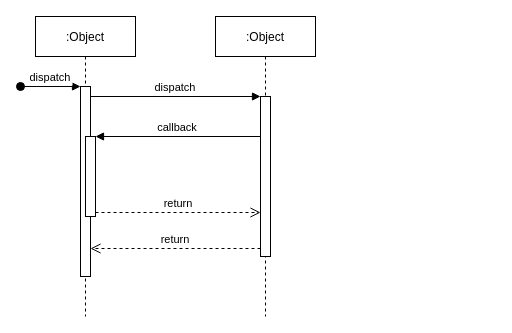
Before: Untitled Diagram.drawio in LuanMinhNguyen/nhom2thuctapchuyennganh, a draw.io diagram. Source tidied: cells renumbered, new cells numbered last; positions are measured from the earlier drawing's top-left corner, leaving out a move shared by most shapes. Both pictures are drawn from the tidied source at 100%, with x=0, y=0 at pixel (20, 16).
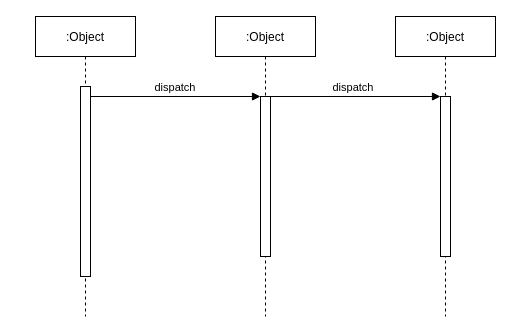
After the change.

The edit, as a diff of the source:
```diff
@@
 <mxGraphModel>
   <root>
     <mxCell id="0" />
     <mxCell id="1" parent="0" />
     <mxCell id="2" value=":Object" style="shape=umlLifeline;perimeter=lifelinePerimeter;rounded=0;shadow=0;strokeWidth=1;" parent="1" vertex="1">
       <mxGeometry x="15" width="100" height="300" as="geometry" />
     </mxCell>
     <mxCell id="3" style="points=[];perimeter=orthogonalPerimeter;rounded=0;shadow=0;strokeWidth=1;" parent="2" vertex="1">
       <mxGeometry x="45" y="70" width="10" height="190" as="geometry" />
     </mxCell>
-    <mxCell id="4" value="dispatch" style="verticalAlign=bottom;startArrow=oval;endArrow=block;startSize=8;shadow=0;strokeWidth=1;" parent="2" edge="1" target="3">
-      <mxGeometry relative="1" as="geometry">
-        <mxPoint x="-15" y="70" as="sourcePoint" />
-      </mxGeometry>
-    </mxCell>
-    <mxCell id="5" style="points=[];perimeter=orthogonalPerimeter;rounded=0;shadow=0;strokeWidth=1;" parent="2" vertex="1">
-      <mxGeometry x="50" y="120" width="10" height="80" as="geometry" />
-    </mxCell>
     <mxCell id="6" value=":Object" style="shape=umlLifeline;perimeter=lifelinePerimeter;rounded=0;shadow=0;strokeWidth=1;" parent="1" vertex="1">
       <mxGeometry x="195" width="100" height="300" as="geometry" />
     </mxCell>
     <mxCell id="7" style="points=[];perimeter=orthogonalPerimeter;rounded=0;shadow=0;strokeWidth=1;" parent="6" vertex="1">
       <mxGeometry x="45" y="80" width="10" height="160" as="geometry" />
     </mxCell>
-    <mxCell id="8" value="return" style="verticalAlign=bottom;endArrow=open;dashed=1;endSize=8;exitX=0;exitY=0.95;shadow=0;strokeWidth=1;" parent="1" edge="1" source="7" target="3">
-      <mxGeometry relative="1" as="geometry" />
-    </mxCell>
     <mxCell id="9" value="dispatch" style="verticalAlign=bottom;endArrow=block;entryX=0;entryY=0;shadow=0;strokeWidth=1;" parent="1" edge="1" source="3" target="7">
       <mxGeometry relative="1" as="geometry" />
     </mxCell>
-    <mxCell id="10" value="callback" style="verticalAlign=bottom;endArrow=block;entryX=1;entryY=0;shadow=0;strokeWidth=1;" parent="1" edge="1" source="7" target="5">
-      <mxGeometry relative="1" as="geometry" />
-    </mxCell>
-    <mxCell id="11" value="return" style="verticalAlign=bottom;endArrow=open;dashed=1;endSize=8;exitX=1;exitY=0.95;shadow=0;strokeWidth=1;" parent="1" edge="1" source="5" target="7">
-      <mxGeometry relative="1" as="geometry" />
-    </mxCell>
+    <mxCell id="12" value=":Object" style="shape=umlLifeline;perimeter=lifelinePerimeter;rounded=0;shadow=0;strokeWidth=1;" parent="1" vertex="1">
+      <mxGeometry x="375" width="100" height="300" as="geometry" />
+    </mxCell>
+    <mxCell id="13" style="points=[];perimeter=orthogonalPerimeter;rounded=0;shadow=0;strokeWidth=1;" parent="12" vertex="1">
+      <mxGeometry x="45" y="80" width="10" height="160" as="geometry" />
+    </mxCell>
+    <mxCell id="4" value="dispatch" style="verticalAlign=bottom;endArrow=block;shadow=0;strokeWidth=1;" parent="1" edge="1" target="13">
+      <mxGeometry relative="1" as="geometry">
+        <mxPoint x="245" y="80" as="sourcePoint" />
+      </mxGeometry>
+    </mxCell>
   </root>
 </mxGraphModel>
```
